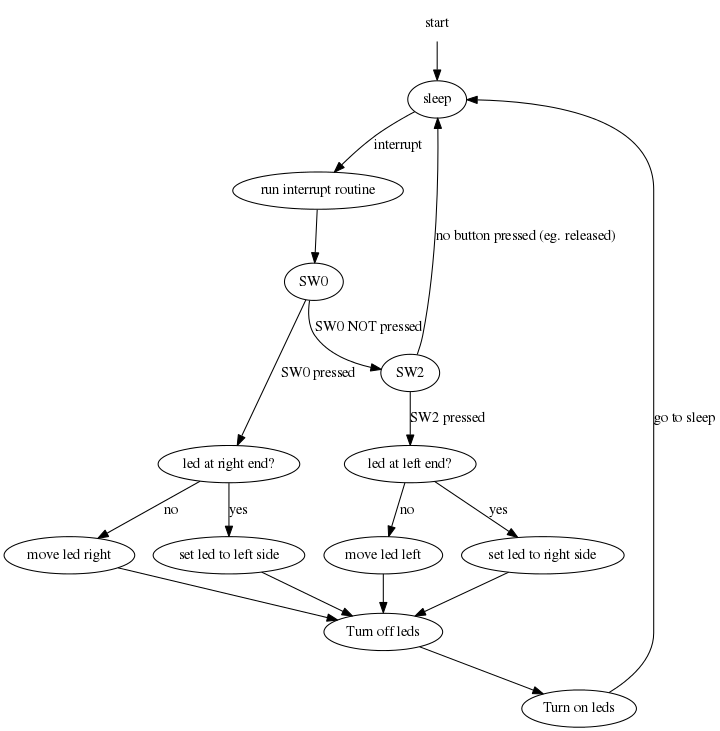
Earlier version of the Graphviz export mikrokontrollere_tdt4258/oving1/oeving1/report/img/graph.png (esiqveland/skole). Its source is kept beside it as mikrokontrollere_tdt4258/oving1/oeving1/report/img/graph.dot.
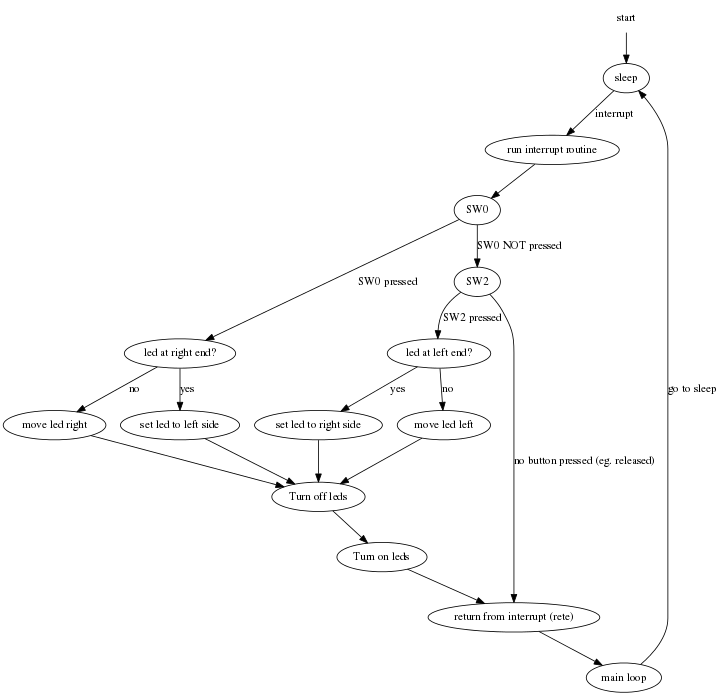
The same diagram one commit later.

Change to the diagram source:
```diff
@@ -17,7 +17,7 @@
 	S6 [label="led at left end?"]
 	SW0 -> S5 [label="SW0 pressed"]
 	SW2 -> S6 [label="SW2 pressed"]
-	SW2 -> S0 [label="no button pressed (eg. released)"]
+	SW2 -> S15 [label="no button pressed (eg. released)"]
 
 	S5 -> S7 [label="yes"]
 	S6 -> S8 [label="yes"]
@@ -40,7 +40,12 @@
 
 	S14 [label="Turn on leds"]
 	S13 -> S14
-	S14 -> S0 [label="go to sleep"]
+
+	S15 [label="return from interrupt (rete)"]
+	S14 -> S15
+	S16 [label="main loop"]
+	S15 -> S16
+	S16 -> S0 [label="go to sleep"]
 
 
 }
```
